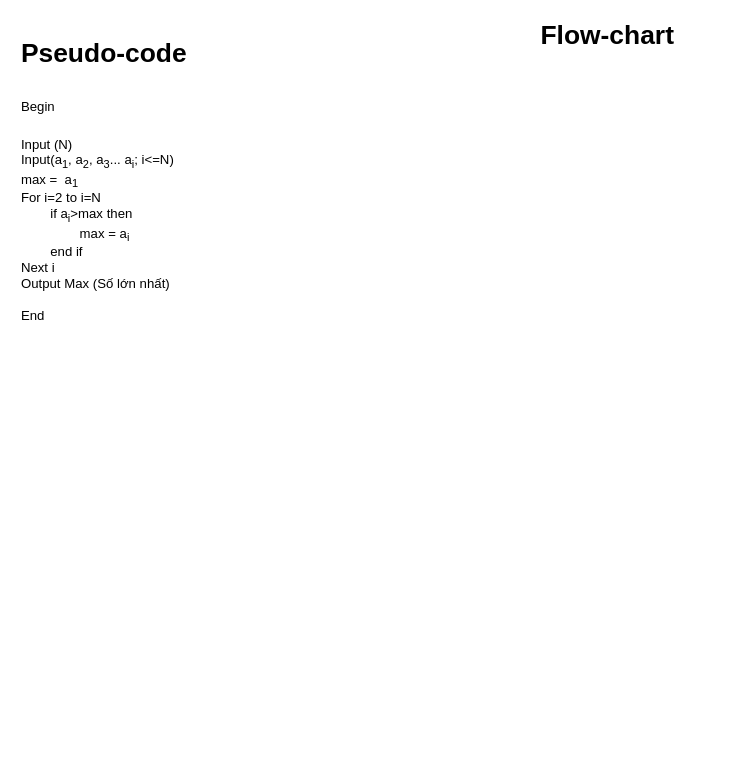
The draw.io diagram ss3_ma_gia_luu_do/Bai_tap/4/Pseudo+Flowchart_BT4.drawio in nnthoi1994/C0625G1---NguyenNgocThoi, before the edit. Source tidied: cells renumbered, new cells numbered last; positions are measured from the earlier drawing's top-left corner, leaving out a move shared by most shapes. Both pictures are drawn from the tidied source at 110%, with x=0, y=0 at pixel (19, 19).
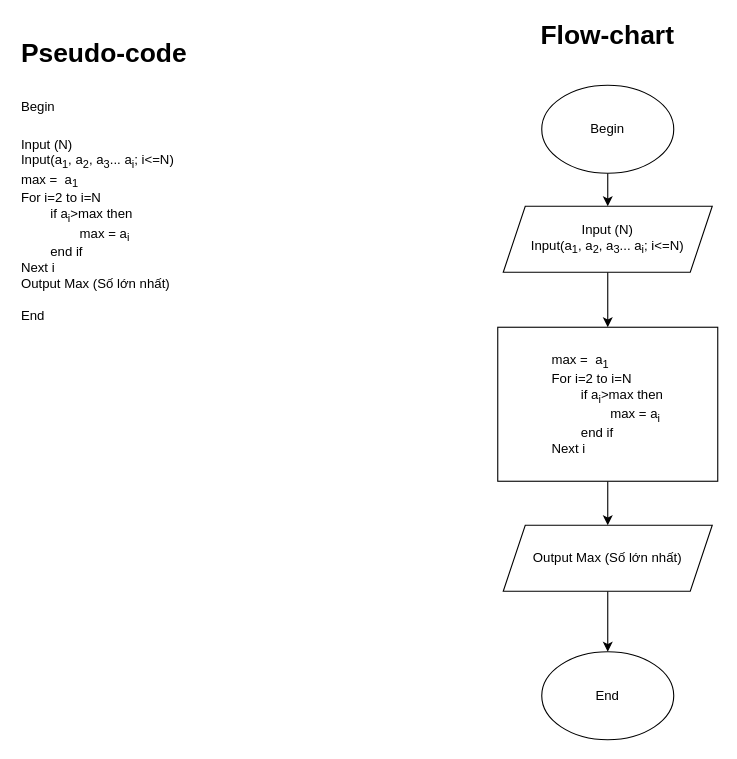
After the change.

Diff of the diagram source:
```diff
@@
 <mxGraphModel>
   <root>
     <mxCell id="0" />
     <mxCell id="1" parent="0" />
     <mxCell id="2" value="&lt;h1 style=&quot;margin-top: 0px;&quot;&gt;&lt;span style=&quot;background-color: transparent; color: light-dark(rgb(0, 0, 0), rgb(255, 255, 255));&quot;&gt;Pseudo-code&lt;/span&gt;&lt;/h1&gt;&lt;h1 style=&quot;margin-top: 0px;&quot;&gt;&lt;span style=&quot;font-size: 12px; font-weight: 400;&quot;&gt;Begin&lt;/span&gt;&lt;/h1&gt;&lt;div&gt;&lt;span style=&quot;font-size: 12px; font-weight: 400;&quot;&gt;Input (N)&lt;/span&gt;&lt;/div&gt;&lt;div&gt;&lt;span style=&quot;font-size: 12px; font-weight: 400;&quot;&gt;Input(a&lt;sub&gt;1&lt;/sub&gt;, a&lt;sub&gt;2&lt;/sub&gt;, a&lt;sub&gt;3&lt;/sub&gt;... a&lt;sub&gt;i&lt;/sub&gt;; i&amp;lt;=N)&lt;/span&gt;&lt;/div&gt;&lt;div&gt;&lt;span style=&quot;font-size: 12px; font-weight: 400;&quot;&gt;max =&amp;nbsp; a&lt;sub&gt;1&lt;/sub&gt;&lt;/span&gt;&lt;/div&gt;&lt;div&gt;For i=2 to i=N&lt;/div&gt;&lt;div&gt;&lt;span style=&quot;white-space: pre;&quot;&gt;&#9;&lt;/span&gt;if a&lt;sub&gt;i&lt;/sub&gt;&amp;gt;max then&lt;/div&gt;&lt;div&gt;&lt;span style=&quot;white-space: pre;&quot;&gt;&#9;&lt;/span&gt;&lt;span style=&quot;white-space: pre;&quot;&gt;&#9;&lt;/span&gt;max = a&lt;sub&gt;i&lt;/sub&gt;&lt;/div&gt;&lt;div&gt;&lt;span style=&quot;white-space: pre;&quot;&gt;&#9;&lt;/span&gt;end if&lt;/div&gt;&lt;div&gt;Next i&lt;/div&gt;&lt;div&gt;Output Max (Số lớn nhất)&lt;/div&gt;&lt;div&gt;&lt;br&gt;&lt;/div&gt;&lt;div&gt;End&lt;/div&gt;&lt;div&gt;&lt;br&gt;&lt;/div&gt;" style="text;html=1;whiteSpace=wrap;overflow=hidden;rounded=0;" parent="1" vertex="1">
       <mxGeometry y="10" width="180" height="290" as="geometry" />
     </mxCell>
     <mxCell id="3" value="&lt;b&gt;&lt;font style=&quot;font-size: 24px;&quot;&gt;Flow-chart&lt;/font&gt;&lt;/b&gt;" style="text;html=1;align=center;verticalAlign=middle;whiteSpace=wrap;rounded=0;" parent="1" vertex="1">
       <mxGeometry x="440" width="190" height="30" as="geometry" />
     </mxCell>
+    <mxCell id="4" style="edgeStyle=orthogonalEdgeStyle;rounded=0;jettySize=auto;html=1;" parent="1" edge="1" source="5" target="7">
+      <mxGeometry relative="1" as="geometry" />
+    </mxCell>
+    <mxCell id="5" value="Begin" style="ellipse;whiteSpace=wrap;html=1;" parent="1" vertex="1">
+      <mxGeometry x="475" y="60" width="120" height="80" as="geometry" />
+    </mxCell>
+    <mxCell id="6" style="edgeStyle=orthogonalEdgeStyle;rounded=0;jettySize=auto;html=1;" parent="1" edge="1" source="7" target="9">
+      <mxGeometry relative="1" as="geometry" />
+    </mxCell>
+    <mxCell id="7" value="Input (N)&lt;br&gt;&lt;span style=&quot;text-align: left;&quot;&gt;Input(a&lt;/span&gt;&lt;sub style=&quot;text-align: left;&quot;&gt;1&lt;/sub&gt;&lt;span style=&quot;text-align: left;&quot;&gt;, a&lt;/span&gt;&lt;sub style=&quot;text-align: left;&quot;&gt;2&lt;/sub&gt;&lt;span style=&quot;text-align: left;&quot;&gt;, a&lt;/span&gt;&lt;sub style=&quot;text-align: left;&quot;&gt;3&lt;/sub&gt;&lt;span style=&quot;text-align: left;&quot;&gt;... a&lt;/span&gt;&lt;sub style=&quot;text-align: left;&quot;&gt;i&lt;/sub&gt;&lt;span style=&quot;text-align: left;&quot;&gt;; i&amp;lt;=N)&lt;/span&gt;" style="shape=parallelogram;perimeter=parallelogramPerimeter;whiteSpace=wrap;html=1;fixedSize=1;" parent="1" vertex="1">
+      <mxGeometry x="440" y="170" width="190" height="60" as="geometry" />
+    </mxCell>
+    <mxCell id="8" style="edgeStyle=orthogonalEdgeStyle;rounded=0;jettySize=auto;html=1;" parent="1" edge="1" source="9" target="11">
+      <mxGeometry relative="1" as="geometry" />
+    </mxCell>
+    <mxCell id="9" value="&lt;div style=&quot;text-align: left;&quot;&gt;max =&amp;nbsp; a&lt;sub&gt;1&lt;/sub&gt;&lt;/div&gt;&lt;div style=&quot;text-align: left;&quot;&gt;For i=2 to i=N&lt;/div&gt;&lt;div style=&quot;text-align: left;&quot;&gt;&lt;span style=&quot;white-space: pre;&quot;&gt;&#9;&lt;/span&gt;if a&lt;sub&gt;i&lt;/sub&gt;&amp;gt;max then&lt;/div&gt;&lt;div style=&quot;text-align: left;&quot;&gt;&lt;span style=&quot;white-space: pre;&quot;&gt;&#9;&lt;/span&gt;&lt;span style=&quot;white-space: pre;&quot;&gt;&#9;&lt;/span&gt;max = a&lt;sub&gt;i&lt;/sub&gt;&lt;/div&gt;&lt;div style=&quot;text-align: left;&quot;&gt;&lt;span style=&quot;white-space: pre;&quot;&gt;&#9;&lt;/span&gt;end if&lt;/div&gt;&lt;div style=&quot;text-align: left;&quot;&gt;Next i&lt;/div&gt;" style="rounded=0;whiteSpace=wrap;html=1;" parent="1" vertex="1">
+      <mxGeometry x="435" y="280" width="200" height="140" as="geometry" />
+    </mxCell>
+    <mxCell id="10" style="edgeStyle=orthogonalEdgeStyle;rounded=0;jettySize=auto;html=1;" parent="1" edge="1" source="11" target="12">
+      <mxGeometry relative="1" as="geometry" />
+    </mxCell>
+    <mxCell id="11" value="&lt;span style=&quot;text-align: left;&quot;&gt;Output Max (Số lớn nhất)&lt;/span&gt;" style="shape=parallelogram;perimeter=parallelogramPerimeter;whiteSpace=wrap;html=1;fixedSize=1;" parent="1" vertex="1">
+      <mxGeometry x="440" y="460" width="190" height="60" as="geometry" />
+    </mxCell>
+    <mxCell id="12" value="End" style="ellipse;whiteSpace=wrap;html=1;" parent="1" vertex="1">
+      <mxGeometry x="475" y="575" width="120" height="80" as="geometry" />
+    </mxCell>
   </root>
 </mxGraphModel>
```
